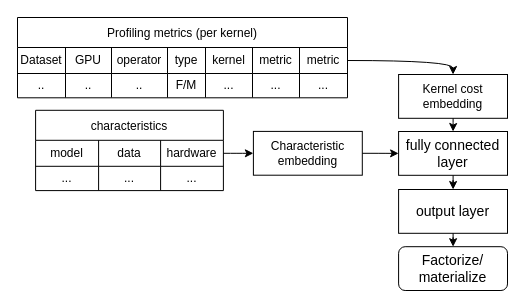
ptemarvelde/MSc-CS-Thesis---Pepijn-te-Marvelde keeps this draw.io diagram as chapters/05_cost_estimation/figures/hybrid-architecture.drawio. Above is the earlier version. Source tidied: cells renumbered, new cells numbered last; positions are measured from the earlier drawing's top-left corner, leaving out a move shared by most shapes. Both pictures are drawn from the tidied source at 100%, with x=0, y=0 at pixel (17, 17).
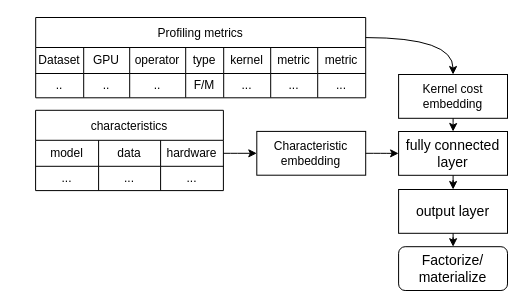
The same page after the edit.

The change refers to these unchanged cells:
```xml
<mxCell id="11" value="Kernel cost embedding" style="whiteSpace=wrap;html=1;startSize=30;" parent="1" vertex="1">
  <mxGeometry x="381.1" y="57" width="108.9" height="43.8" as="geometry" />
</mxCell>
<mxCell id="13" style="shape=tableRow;horizontal=0;startSize=0;swimlaneHead=0;swimlaneBody=0;top=0;left=0;bottom=0;right=0;fillColor=none;points=[[0,0.5],[1,0.5]];portConstraint=eastwest;" parent="12" vertex="1">
  <mxGeometry y="30" width="330" height="26" as="geometry" />
</mxCell>
```

What changed in the source:
```diff
@@
-    <mxCell id="12" value="Profiling metrics (per kernel)" style="shape=table;startSize=30;childLayout=tableLayout;" parent="1" vertex="1">
-      <mxGeometry width="330" height="80.3" as="geometry" />
+    <mxCell id="12" value="Profiling metrics" style="shape=table;startSize=30;childLayout=tableLayout;" parent="1" vertex="1">
+      <mxGeometry x="18.2" width="330" height="80.3" as="geometry" />
     </mxCell>
@@
     <mxCell id="29" value="Characteristic embedding" style="whiteSpace=wrap;html=1;startSize=30;" parent="1" vertex="1">
-      <mxGeometry x="235.9" y="113.9" width="108.9" height="43.8" as="geometry" />
+      <mxGeometry x="239.3" y="113.9" width="108.9" height="43.8" as="geometry" />
     </mxCell>
@@
-    <mxCell id="33" style="edgeStyle=orthogonalEdgeStyle;html=1;exitX=1;exitY=0.5;exitDx=0;exitDy=0;curved=1;entryX=0.5;entryY=0;entryDx=0;entryDy=0;" parent="1" edge="1" source="13" target="11">
+    <mxCell id="33" style="edgeStyle=orthogonalEdgeStyle;html=1;curved=1;entryX=0.5;entryY=0;entryDx=0;entryDy=0;exitX=1;exitY=0.25;exitDx=0;exitDy=0;" parent="1" edge="1" source="12" target="11">
       <mxGeometry relative="1" as="geometry">
         <Array as="points">
-          <mxPoint x="436" y="43" />
+          <mxPoint x="436" y="20" />
         </Array>
       </mxGeometry>
     </mxCell>
```
